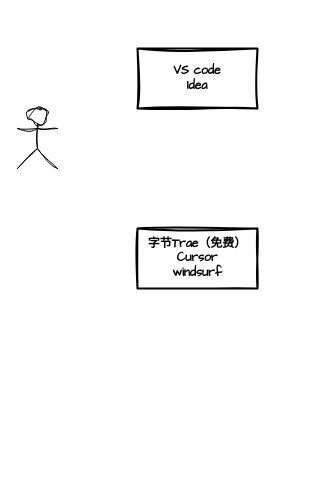
Earlier version of the draw.io diagram tc/AI工具.drawio (zhuanzhuan-tech/arch-draw-io). Source tidied: cells renumbered, new cells numbered last; positions are measured from the earlier drawing's top-left corner, leaving out a move shared by most shapes. Both pictures are drawn from the tidied source at 100%, with x=0, y=0 at pixel (17, 48).
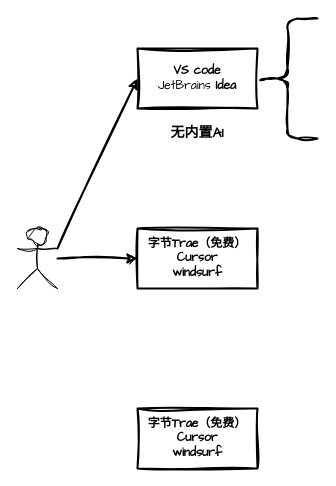
Above is the later version.

Diff of the diagram source:
```diff
@@
 <mxGraphModel>
   <root>
     <mxCell id="0" />
     <mxCell id="1" parent="0" />
     <mxCell id="2" style="shape=umlActor;verticalLabelPosition=bottom;verticalAlign=top;html=1;outlineConnect=0;sketch=1;hachureGap=4;jiggle=2;curveFitting=1;fontFamily=Architects Daughter;" parent="1" vertex="1">
-      <mxGeometry y="60" width="40" height="60" as="geometry" />
+      <mxGeometry y="180" width="40" height="60" as="geometry" />
     </mxCell>
-    <mxCell id="3" value="&lt;b&gt;VS code&lt;/b&gt;&lt;div&gt;&lt;b&gt;Idea&lt;/b&gt;&lt;/div&gt;" style="rounded=0;whiteSpace=wrap;html=1;sketch=1;hachureGap=4;jiggle=2;curveFitting=1;fontFamily=Architects Daughter;fillColor=none;strokeWidth=2;" parent="1" vertex="1">
+    <mxCell id="3" value="&lt;b&gt;VS code&lt;/b&gt;&lt;div&gt;&lt;span style=&quot;background-color: transparent; color: light-dark(rgb(0, 0, 0), rgb(255, 255, 255));&quot;&gt;JetBrains&amp;nbsp;&lt;/span&gt;&lt;b&gt;Idea&lt;/b&gt;&lt;/div&gt;" style="rounded=0;whiteSpace=wrap;html=1;sketch=1;hachureGap=4;jiggle=2;curveFitting=1;fontFamily=Architects Daughter;fillColor=none;strokeWidth=2;" parent="1" vertex="1">
       <mxGeometry x="120" width="120" height="60" as="geometry" />
     </mxCell>
     <mxCell id="4" value="&lt;b&gt;字节Trae（免费）&lt;/b&gt;&lt;div&gt;&lt;b&gt;Cursor&lt;/b&gt;&lt;/div&gt;&lt;div&gt;&lt;b&gt;windsurf&lt;/b&gt;&lt;/div&gt;" style="rounded=0;whiteSpace=wrap;html=1;sketch=1;hachureGap=4;jiggle=2;curveFitting=1;fontFamily=Architects Daughter;fillColor=none;strokeWidth=2;" parent="1" vertex="1">
       <mxGeometry x="120" y="180" width="120" height="60" as="geometry" />
     </mxCell>
+    <mxCell id="5" style="endArrow=classic;html=1;rounded=0;sketch=1;hachureGap=4;jiggle=2;curveFitting=1;fontFamily=Architects Daughter;strokeWidth=2;entryX=0;entryY=0.5;entryDx=0;entryDy=0;exitX=1;exitY=0.3333333333333333;exitDx=0;exitDy=0;exitPerimeter=0;" parent="1" edge="1" source="2" target="3">
+      <mxGeometry relative="1" as="geometry" />
+    </mxCell>
+    <mxCell id="6" value="&lt;b&gt;字节Trae（免费）&lt;/b&gt;&lt;div&gt;&lt;b&gt;Cursor&lt;/b&gt;&lt;/div&gt;&lt;div&gt;&lt;b&gt;windsurf&lt;/b&gt;&lt;/div&gt;" style="rounded=0;whiteSpace=wrap;html=1;sketch=1;hachureGap=4;jiggle=2;curveFitting=1;fontFamily=Architects Daughter;fillColor=none;strokeWidth=2;" parent="1" vertex="1">
+      <mxGeometry x="120" y="360" width="120" height="60" as="geometry" />
+    </mxCell>
+    <mxCell id="7" style="endArrow=classic;html=1;rounded=0;sketch=1;hachureGap=4;jiggle=2;curveFitting=1;fontFamily=Architects Daughter;strokeWidth=2;entryX=0;entryY=0.5;entryDx=0;entryDy=0;" parent="1" edge="1" source="2" target="4">
+      <mxGeometry relative="1" as="geometry" />
+    </mxCell>
+    <mxCell id="8" value="&lt;b style=&quot;forced-color-adjust: none; color: rgb(0, 0, 0); font-family: &amp;quot;Architects Daughter&amp;quot;; font-style: normal; font-variant-ligatures: normal; font-variant-caps: normal; letter-spacing: normal; orphans: 2; text-indent: 0px; text-transform: none; widows: 2; word-spacing: 0px; -webkit-text-stroke-width: 0px; white-space: nowrap; text-decoration-thickness: initial; text-decoration-style: initial; text-decoration-color: initial;&quot;&gt;&lt;font style=&quot;forced-color-adjust: none; font-size: 14px;&quot;&gt;无内置AI&lt;/font&gt;&lt;/b&gt;" style="text;whiteSpace=wrap;html=1;fontFamily=Architects Daughter;align=center;" parent="1" vertex="1">
+      <mxGeometry x="140" y="70" width="80" height="40" as="geometry" />
+    </mxCell>
+    <mxCell id="9" style="shape=curlyBracket;whiteSpace=wrap;html=1;rounded=1;labelPosition=left;verticalLabelPosition=middle;align=right;verticalAlign=middle;sketch=1;hachureGap=4;jiggle=2;curveFitting=1;fontFamily=Architects Daughter;strokeWidth=2;" parent="1" vertex="1">
+      <mxGeometry x="240" y="-30" width="60" height="120" as="geometry" />
+    </mxCell>
   </root>
 </mxGraphModel>
```
